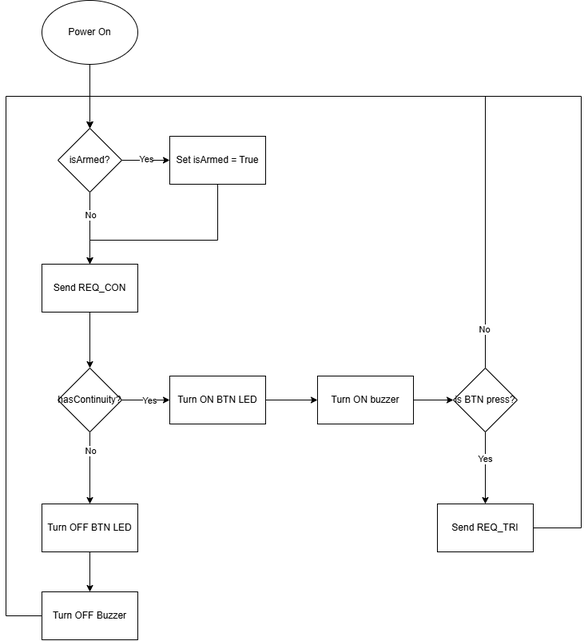
Earlier version of the draw.io export Code/DesignDocs/launchBox_launchBox_flow_diagram.png (Pioneer-Rocketry/launch-box). Source tidied: cells renumbered, new cells last; positions are measured from the earlier drawing's top-left corner, leaving out a move shared by most shapes.
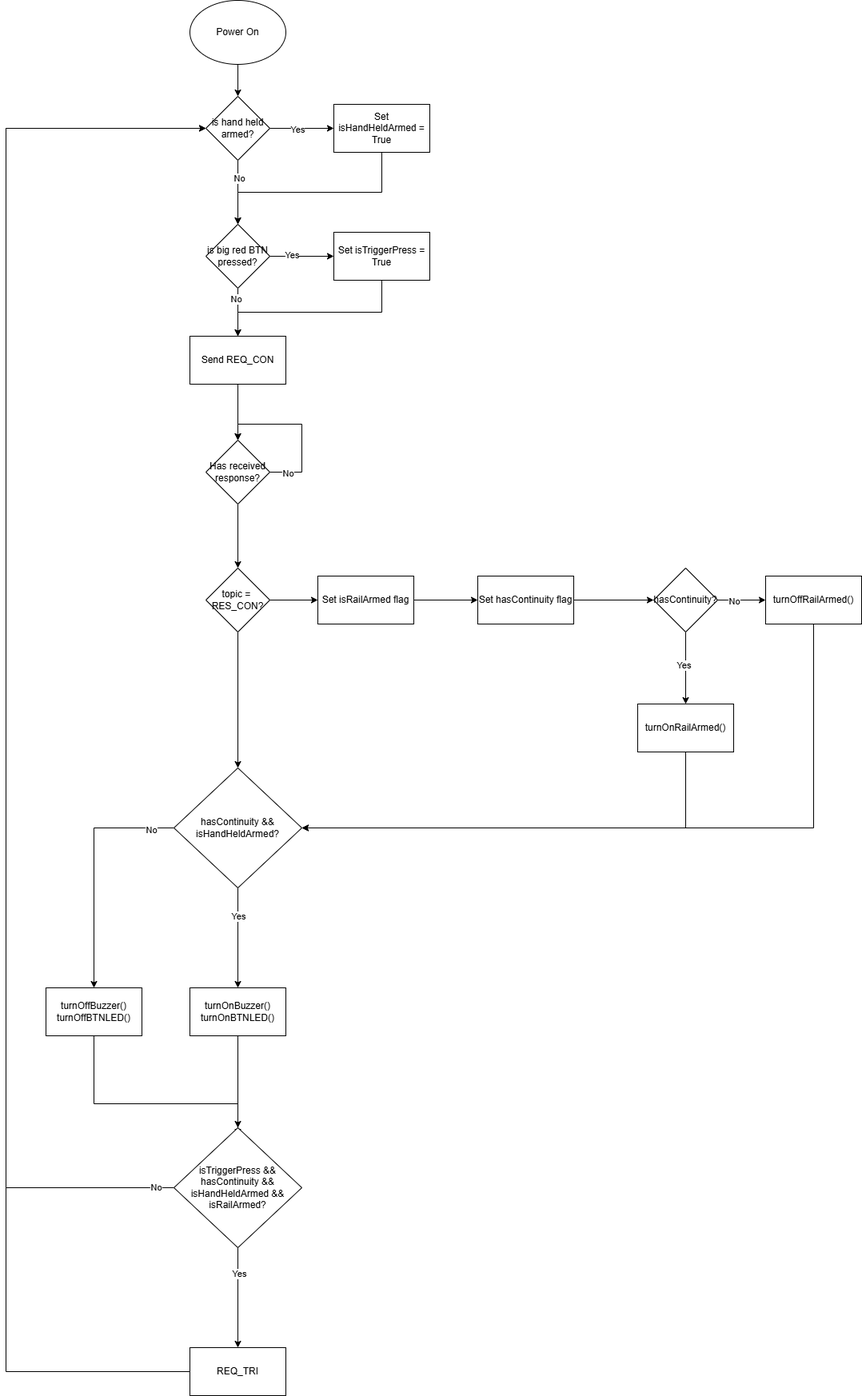
The same diagram one commit later.

Commit message:
Updated flow diagrams

Diff of the diagram source:
```diff
@@ -2,122 +2,215 @@
   <root>
     <mxCell id="0" />
     <mxCell id="1" parent="0" />
-    <mxCell id="2" style="edgeStyle=orthogonalEdgeStyle;rounded=0;jettySize=auto;html=1;entryX=0.5;entryY=0;entryDx=0;entryDy=0;" parent="1" edge="1" source="3">
-      <mxGeometry relative="1" as="geometry">
-        <mxPoint x="105" y="160" as="targetPoint" />
-      </mxGeometry>
-    </mxCell>
+    <mxCell id="33" style="edgeStyle=orthogonalEdgeStyle;rounded=0;jettySize=auto;html=1;entryX=0.5;entryY=0;entryDx=0;entryDy=0;" parent="1" edge="1" source="3" target="38">
+      <mxGeometry relative="1" as="geometry" />
+    </mxCell>
     <mxCell id="3" value="Power On" style="ellipse;whiteSpace=wrap;html=1;" parent="1" vertex="1">
-      <mxGeometry x="45" width="120" height="80" as="geometry" />
+      <mxGeometry x="920" width="120" height="80" as="geometry" />
     </mxCell>
-    <mxCell id="4" style="edgeStyle=orthogonalEdgeStyle;rounded=0;jettySize=auto;html=1;" parent="1" edge="1" source="8" target="10">
-      <mxGeometry relative="1" as="geometry" />
-    </mxCell>
-    <mxCell id="5" value="Yes" style="edgeLabel;html=1;align=center;verticalAlign=middle;" parent="4" vertex="1">
-      <mxGeometry y="2" relative="1" as="geometry" />
-    </mxCell>
-    <mxCell id="6" style="edgeStyle=orthogonalEdgeStyle;rounded=0;jettySize=auto;html=1;" parent="1" edge="1" source="8" target="12">
-      <mxGeometry relative="1" as="geometry" />
-    </mxCell>
-    <mxCell id="7" value="No" style="edgeLabel;html=1;align=center;verticalAlign=middle;" parent="6" vertex="1">
-      <mxGeometry x="-0.36" relative="1" as="geometry" />
-    </mxCell>
-    <mxCell id="8" value="isArmed?" style="rhombus;whiteSpace=wrap;html=1;" parent="1" vertex="1">
-      <mxGeometry x="65" y="160" width="80" height="80" as="geometry" />
-    </mxCell>
-    <mxCell id="9" style="edgeStyle=orthogonalEdgeStyle;rounded=0;jettySize=auto;html=1;" parent="1" edge="1" source="10" target="12">
-      <mxGeometry relative="1" as="geometry">
-        <Array as="points">
-          <mxPoint x="265" y="300" />
-          <mxPoint x="105" y="300" />
-        </Array>
-      </mxGeometry>
-    </mxCell>
-    <mxCell id="10" value="Set isArmed = True" style="whiteSpace=wrap;html=1;" parent="1" vertex="1">
-      <mxGeometry x="205" y="170" width="120" height="60" as="geometry" />
-    </mxCell>
-    <mxCell id="11" style="edgeStyle=orthogonalEdgeStyle;rounded=0;jettySize=auto;html=1;" parent="1" edge="1" source="12" target="17">
-      <mxGeometry relative="1" as="geometry" />
-    </mxCell>
+    <mxCell id="34" style="edgeStyle=orthogonalEdgeStyle;rounded=0;jettySize=auto;html=1;entryX=0;entryY=0.5;entryDx=0;entryDy=0;" parent="1" edge="1" source="38" target="40">
+      <mxGeometry relative="1" as="geometry" />
+    </mxCell>
+    <mxCell id="35" value="Yes" style="edgeLabel;html=1;align=center;verticalAlign=middle;" parent="34" vertex="1">
+      <mxGeometry x="-0.16" y="-1" relative="1" as="geometry" />
+    </mxCell>
+    <mxCell id="36" style="edgeStyle=orthogonalEdgeStyle;rounded=0;jettySize=auto;html=1;" parent="1" edge="1" source="38" target="45">
+      <mxGeometry relative="1" as="geometry" />
+    </mxCell>
+    <mxCell id="37" value="No" style="edgeLabel;html=1;align=center;verticalAlign=middle;" parent="36" vertex="1">
+      <mxGeometry x="-0.44" y="1" relative="1" as="geometry" />
+    </mxCell>
+    <mxCell id="38" value="is hand held armed?" style="rhombus;whiteSpace=wrap;html=1;" parent="1" vertex="1">
+      <mxGeometry x="940" y="120" width="80" height="80" as="geometry" />
+    </mxCell>
+    <mxCell id="39" style="edgeStyle=orthogonalEdgeStyle;rounded=0;jettySize=auto;html=1;entryX=0.5;entryY=0;entryDx=0;entryDy=0;" parent="1" edge="1" source="40" target="45">
+      <mxGeometry relative="1" as="geometry">
+        <Array as="points">
+          <mxPoint x="1160" y="240" />
+          <mxPoint x="980" y="240" />
+        </Array>
+      </mxGeometry>
+    </mxCell>
+    <mxCell id="40" value="Set isHandHeldArmed = True" style="whiteSpace=wrap;html=1;" parent="1" vertex="1">
+      <mxGeometry x="1100" y="130" width="120" height="60" as="geometry" />
+    </mxCell>
+    <mxCell id="41" style="edgeStyle=orthogonalEdgeStyle;rounded=0;jettySize=auto;html=1;entryX=0;entryY=0.5;entryDx=0;entryDy=0;" parent="1" edge="1" source="45" target="47">
+      <mxGeometry relative="1" as="geometry" />
+    </mxCell>
+    <mxCell id="42" value="Yes" style="edgeLabel;html=1;align=center;verticalAlign=middle;" parent="41" vertex="1">
+      <mxGeometry x="-0.33" y="2" relative="1" as="geometry" />
+    </mxCell>
+    <mxCell id="43" style="edgeStyle=orthogonalEdgeStyle;rounded=0;jettySize=auto;html=1;entryX=0.5;entryY=0;entryDx=0;entryDy=0;" parent="1" edge="1" source="45" target="12">
+      <mxGeometry relative="1" as="geometry" />
+    </mxCell>
+    <mxCell id="44" value="No" style="edgeLabel;html=1;align=center;verticalAlign=middle;" parent="43" vertex="1">
+      <mxGeometry x="-0.56" y="-3" relative="1" as="geometry" />
+    </mxCell>
+    <mxCell id="45" value="is big red BTN pressed?" style="rhombus;whiteSpace=wrap;html=1;" parent="1" vertex="1">
+      <mxGeometry x="940" y="280" width="80" height="80" as="geometry" />
+    </mxCell>
+    <mxCell id="46" style="edgeStyle=orthogonalEdgeStyle;rounded=0;jettySize=auto;html=1;entryX=0.5;entryY=0;entryDx=0;entryDy=0;" parent="1" edge="1" source="47" target="12">
+      <mxGeometry relative="1" as="geometry">
+        <Array as="points">
+          <mxPoint x="1160" y="390" />
+          <mxPoint x="980" y="390" />
+        </Array>
+      </mxGeometry>
+    </mxCell>
+    <mxCell id="47" value="Set isTriggerPress = True" style="whiteSpace=wrap;html=1;" parent="1" vertex="1">
+      <mxGeometry x="1100" y="290" width="120" height="60" as="geometry" />
+    </mxCell>
+    <mxCell id="48" style="edgeStyle=orthogonalEdgeStyle;rounded=0;jettySize=auto;html=1;entryX=0.5;entryY=0;entryDx=0;entryDy=0;" parent="1" edge="1" source="12" target="52">
+      <mxGeometry relative="1" as="geometry" />
+    </mxCell>
     <mxCell id="12" value="Send REQ_CON" style="whiteSpace=wrap;html=1;" parent="1" vertex="1">
-      <mxGeometry x="45" y="330" width="120" height="60" as="geometry" />
+      <mxGeometry x="920" y="420" width="120" height="60" as="geometry" />
     </mxCell>
-    <mxCell id="13" style="edgeStyle=orthogonalEdgeStyle;rounded=0;jettySize=auto;html=1;" parent="1" edge="1" source="17" target="19">
-      <mxGeometry relative="1" as="geometry" />
-    </mxCell>
-    <mxCell id="14" value="Yes" style="edgeLabel;html=1;align=center;verticalAlign=middle;" parent="13" vertex="1">
-      <mxGeometry x="0.13" relative="1" as="geometry" />
-    </mxCell>
-    <mxCell id="15" style="edgeStyle=orthogonalEdgeStyle;rounded=0;jettySize=auto;html=1;" parent="1" edge="1" source="17" target="22">
-      <mxGeometry relative="1" as="geometry" />
-    </mxCell>
-    <mxCell id="16" value="No" style="edgeLabel;html=1;align=center;verticalAlign=middle;" parent="15" vertex="1">
-      <mxGeometry x="-0.49" relative="1" as="geometry" />
-    </mxCell>
+    <mxCell id="49" style="edgeStyle=orthogonalEdgeStyle;rounded=0;orthogonalLoop=1;jettySize=auto;html=1;entryX=0.5;entryY=0;entryDx=0;entryDy=0;exitX=1;exitY=0.5;exitDx=0;exitDy=0;" parent="1" edge="1" source="52" target="52">
+      <mxGeometry relative="1" as="geometry">
+        <Array as="points">
+          <mxPoint x="1060" y="590" />
+          <mxPoint x="1060" y="530" />
+          <mxPoint x="980" y="530" />
+        </Array>
+      </mxGeometry>
+    </mxCell>
+    <mxCell id="50" value="No" style="edgeLabel;html=1;align=center;verticalAlign=middle;" parent="49" vertex="1">
+      <mxGeometry x="-0.78" y="-1" relative="1" as="geometry" />
+    </mxCell>
+    <mxCell id="51" style="edgeStyle=orthogonalEdgeStyle;rounded=0;jettySize=auto;html=1;" parent="1" edge="1" source="52" target="56">
+      <mxGeometry relative="1" as="geometry" />
+    </mxCell>
+    <mxCell id="52" value="Has received response?" style="rhombus;whiteSpace=wrap;html=1;" parent="1" vertex="1">
+      <mxGeometry x="940" y="550" width="80" height="80" as="geometry" />
+    </mxCell>
+    <mxCell id="53" style="edgeStyle=orthogonalEdgeStyle;rounded=0;orthogonalLoop=1;jettySize=auto;html=1;entryX=0.5;entryY=0;entryDx=0;entryDy=0;" parent="1" edge="1" source="52" target="52">
+      <mxGeometry relative="1" as="geometry">
+        <Array as="points">
+          <mxPoint x="1020" y="590" />
+          <mxPoint x="1020" y="550" />
+        </Array>
+      </mxGeometry>
+    </mxCell>
+    <mxCell id="54" style="edgeStyle=orthogonalEdgeStyle;rounded=0;jettySize=auto;html=1;" parent="1" edge="1" source="56" target="58">
+      <mxGeometry relative="1" as="geometry" />
+    </mxCell>
+    <mxCell id="55" style="edgeStyle=orthogonalEdgeStyle;rounded=0;jettySize=auto;html=1;" parent="1" edge="1" source="56" target="73">
+      <mxGeometry relative="1" as="geometry" />
+    </mxCell>
+    <mxCell id="56" value="topic =&amp;nbsp;&lt;div&gt;RES_CON?&lt;/div&gt;" style="rhombus;whiteSpace=wrap;html=1;" parent="1" vertex="1">
+      <mxGeometry x="940" y="710" width="80" height="80" as="geometry" />
+    </mxCell>
+    <mxCell id="57" style="edgeStyle=orthogonalEdgeStyle;rounded=0;jettySize=auto;html=1;" parent="1" edge="1" source="58" target="60">
+      <mxGeometry relative="1" as="geometry" />
+    </mxCell>
+    <mxCell id="58" value="Set isRailArmed flag" style="whiteSpace=wrap;html=1;" parent="1" vertex="1">
+      <mxGeometry x="1080" y="720" width="120" height="60" as="geometry" />
+    </mxCell>
+    <mxCell id="59" style="edgeStyle=orthogonalEdgeStyle;rounded=0;jettySize=auto;html=1;" parent="1" edge="1" source="60" target="17">
+      <mxGeometry relative="1" as="geometry" />
+    </mxCell>
+    <mxCell id="60" value="Set hasContinuity flag" style="whiteSpace=wrap;html=1;" parent="1" vertex="1">
+      <mxGeometry x="1280" y="720" width="120" height="60" as="geometry" />
+    </mxCell>
+    <mxCell id="61" style="edgeStyle=orthogonalEdgeStyle;rounded=0;jettySize=auto;html=1;" parent="1" edge="1" source="17" target="66">
+      <mxGeometry relative="1" as="geometry" />
+    </mxCell>
+    <mxCell id="62" value="Yes" style="edgeLabel;html=1;align=center;verticalAlign=middle;" parent="61" vertex="1">
+      <mxGeometry x="-0.1" y="-3" relative="1" as="geometry" />
+    </mxCell>
+    <mxCell id="63" style="edgeStyle=orthogonalEdgeStyle;rounded=0;jettySize=auto;html=1;" parent="1" edge="1" source="17" target="68">
+      <mxGeometry relative="1" as="geometry" />
+    </mxCell>
+    <mxCell id="64" value="No" style="edgeLabel;html=1;align=center;verticalAlign=middle;" parent="63" vertex="1">
+      <mxGeometry x="-0.35" y="-1" relative="1" as="geometry" />
+    </mxCell>
     <mxCell id="17" value="hasContinuity?" style="rhombus;whiteSpace=wrap;html=1;" parent="1" vertex="1">
-      <mxGeometry x="65" y="460" width="80" height="80" as="geometry" />
+      <mxGeometry x="1500" y="710" width="80" height="80" as="geometry" />
     </mxCell>
-    <mxCell id="18" style="edgeStyle=orthogonalEdgeStyle;rounded=0;jettySize=auto;html=1;" parent="1" edge="1" source="19" target="31">
-      <mxGeometry relative="1" as="geometry" />
-    </mxCell>
-    <mxCell id="19" value="Turn ON BTN LED" style="whiteSpace=wrap;html=1;" parent="1" vertex="1">
-      <mxGeometry x="205" y="470" width="120" height="60" as="geometry" />
-    </mxCell>
-    <mxCell id="20" style="edgeStyle=orthogonalEdgeStyle;rounded=0;jettySize=auto;html=1;entryX=0.5;entryY=0;entryDx=0;entryDy=0;exitX=0;exitY=0.5;exitDx=0;exitDy=0;" parent="1" edge="1" source="32" target="8">
-      <mxGeometry relative="1" as="geometry">
-        <Array as="points">
-          <mxPoint y="770" />
-          <mxPoint y="120" />
-          <mxPoint x="105" y="120" />
-        </Array>
-      </mxGeometry>
-    </mxCell>
-    <mxCell id="21" style="edgeStyle=orthogonalEdgeStyle;rounded=0;jettySize=auto;html=1;entryX=0.5;entryY=0;entryDx=0;entryDy=0;" parent="1" edge="1" source="22" target="32">
-      <mxGeometry relative="1" as="geometry" />
-    </mxCell>
-    <mxCell id="22" value="Turn OFF BTN LED" style="whiteSpace=wrap;html=1;" parent="1" vertex="1">
-      <mxGeometry x="45" y="630" width="120" height="60" as="geometry" />
-    </mxCell>
-    <mxCell id="23" style="edgeStyle=orthogonalEdgeStyle;rounded=0;jettySize=auto;html=1;entryX=0.5;entryY=0;entryDx=0;entryDy=0;" parent="1" edge="1" source="27" target="8">
-      <mxGeometry relative="1" as="geometry">
-        <Array as="points">
-          <mxPoint x="600" y="120" />
-          <mxPoint x="105" y="120" />
-        </Array>
-      </mxGeometry>
-    </mxCell>
-    <mxCell id="24" value="No" style="edgeLabel;html=1;align=center;verticalAlign=middle;" parent="23" vertex="1">
-      <mxGeometry x="-0.89" y="2" relative="1" as="geometry" />
-    </mxCell>
-    <mxCell id="25" style="edgeStyle=orthogonalEdgeStyle;rounded=0;jettySize=auto;html=1;" parent="1" edge="1" source="27" target="29">
-      <mxGeometry relative="1" as="geometry" />
-    </mxCell>
-    <mxCell id="26" value="Yes" style="edgeLabel;html=1;align=center;verticalAlign=middle;" parent="25" vertex="1">
-      <mxGeometry x="-0.27" y="-1" relative="1" as="geometry" />
-    </mxCell>
-    <mxCell id="27" value="is BTN press?" style="rhombus;whiteSpace=wrap;html=1;" parent="1" vertex="1">
-      <mxGeometry x="560" y="460" width="80" height="80" as="geometry" />
-    </mxCell>
-    <mxCell id="28" style="edgeStyle=orthogonalEdgeStyle;rounded=0;jettySize=auto;html=1;entryX=0.5;entryY=0;entryDx=0;entryDy=0;" parent="1" edge="1" source="29" target="8">
-      <mxGeometry relative="1" as="geometry">
-        <Array as="points">
-          <mxPoint x="720" y="660" />
-          <mxPoint x="720" y="120" />
-          <mxPoint x="105" y="120" />
-        </Array>
-      </mxGeometry>
-    </mxCell>
-    <mxCell id="29" value="Send REQ_TRI" style="whiteSpace=wrap;html=1;" parent="1" vertex="1">
-      <mxGeometry x="540" y="630" width="120" height="60" as="geometry" />
-    </mxCell>
-    <mxCell id="30" style="edgeStyle=orthogonalEdgeStyle;rounded=0;jettySize=auto;html=1;entryX=0;entryY=0.5;entryDx=0;entryDy=0;" parent="1" edge="1" source="31" target="27">
-      <mxGeometry relative="1" as="geometry" />
-    </mxCell>
-    <mxCell id="31" value="Turn ON buzzer" style="whiteSpace=wrap;html=1;" parent="1" vertex="1">
-      <mxGeometry x="390" y="470" width="120" height="60" as="geometry" />
-    </mxCell>
-    <mxCell id="32" value="Turn OFF Buzzer" style="whiteSpace=wrap;html=1;" parent="1" vertex="1">
-      <mxGeometry x="45" y="740" width="120" height="60" as="geometry" />
-    </mxCell>
+    <mxCell id="65" style="edgeStyle=orthogonalEdgeStyle;rounded=0;jettySize=auto;html=1;entryX=1;entryY=0.5;entryDx=0;entryDy=0;" parent="1" edge="1" source="66" target="73">
+      <mxGeometry relative="1" as="geometry">
+        <Array as="points">
+          <mxPoint x="1540" y="1035" />
+        </Array>
+      </mxGeometry>
+    </mxCell>
+    <mxCell id="66" value="turnOnRailArmed()" style="whiteSpace=wrap;html=1;" parent="1" vertex="1">
+      <mxGeometry x="1480" y="880" width="120" height="60" as="geometry" />
+    </mxCell>
+    <mxCell id="67" style="edgeStyle=orthogonalEdgeStyle;rounded=0;jettySize=auto;html=1;entryX=1;entryY=0.5;entryDx=0;entryDy=0;" parent="1" edge="1" source="68" target="73">
+      <mxGeometry relative="1" as="geometry">
+        <Array as="points">
+          <mxPoint x="1700" y="1035" />
+        </Array>
+      </mxGeometry>
+    </mxCell>
+    <mxCell id="68" value="turnOffRailArmed()" style="whiteSpace=wrap;html=1;" parent="1" vertex="1">
+      <mxGeometry x="1640" y="720" width="120" height="60" as="geometry" />
+    </mxCell>
+    <mxCell id="69" style="edgeStyle=orthogonalEdgeStyle;rounded=0;jettySize=auto;html=1;" parent="1" edge="1" source="73" target="75">
+      <mxGeometry relative="1" as="geometry" />
+    </mxCell>
+    <mxCell id="70" value="Yes" style="edgeLabel;html=1;align=center;verticalAlign=middle;" parent="69" vertex="1">
+      <mxGeometry x="-0.44" relative="1" as="geometry" />
+    </mxCell>
+    <mxCell id="71" style="edgeStyle=orthogonalEdgeStyle;rounded=0;jettySize=auto;html=1;entryX=0.5;entryY=0;entryDx=0;entryDy=0;" parent="1" edge="1" source="73" target="77">
+      <mxGeometry relative="1" as="geometry" />
+    </mxCell>
+    <mxCell id="72" value="No" style="edgeLabel;html=1;align=center;verticalAlign=middle;" parent="71" vertex="1">
+      <mxGeometry x="-0.81" y="2" relative="1" as="geometry" />
+    </mxCell>
+    <mxCell id="73" value="hasContinuity &amp;amp;&amp;amp; isHandHeldArmed?" style="rhombus;whiteSpace=wrap;html=1;" parent="1" vertex="1">
+      <mxGeometry x="900" y="960" width="160" height="150" as="geometry" />
+    </mxCell>
+    <mxCell id="74" style="edgeStyle=orthogonalEdgeStyle;rounded=0;jettySize=auto;html=1;entryX=0.5;entryY=0;entryDx=0;entryDy=0;" parent="1" edge="1" source="75" target="82">
+      <mxGeometry relative="1" as="geometry" />
+    </mxCell>
+    <mxCell id="75" value="turnOnBuzzer()&lt;div&gt;turnOnBTNLED()&lt;/div&gt;" style="whiteSpace=wrap;html=1;" parent="1" vertex="1">
+      <mxGeometry x="920" y="1235" width="120" height="60" as="geometry" />
+    </mxCell>
+    <mxCell id="76" style="edgeStyle=orthogonalEdgeStyle;rounded=0;jettySize=auto;html=1;" parent="1" edge="1" source="77">
+      <mxGeometry relative="1" as="geometry">
+        <mxPoint x="980" y="1420" as="targetPoint" />
+        <Array as="points">
+          <mxPoint x="800" y="1380" />
+          <mxPoint x="980" y="1380" />
+        </Array>
+      </mxGeometry>
+    </mxCell>
+    <mxCell id="77" value="turnOffBuzzer()&lt;div&gt;turnOffBTNLED()&lt;/div&gt;" style="whiteSpace=wrap;html=1;" parent="1" vertex="1">
+      <mxGeometry x="740" y="1235" width="120" height="60" as="geometry" />
+    </mxCell>
+    <mxCell id="78" style="edgeStyle=orthogonalEdgeStyle;rounded=0;jettySize=auto;html=1;entryX=0;entryY=0.5;entryDx=0;entryDy=0;" parent="1" edge="1" source="82" target="38">
+      <mxGeometry relative="1" as="geometry">
+        <Array as="points">
+          <mxPoint x="690" y="1485" />
+          <mxPoint x="690" y="160" />
+        </Array>
+      </mxGeometry>
+    </mxCell>
+    <mxCell id="79" value="No" style="edgeLabel;html=1;align=center;verticalAlign=middle;" parent="78" vertex="1">
+      <mxGeometry x="-0.97" y="-1" relative="1" as="geometry" />
+    </mxCell>
+    <mxCell id="80" style="edgeStyle=orthogonalEdgeStyle;rounded=0;jettySize=auto;html=1;" parent="1" edge="1" source="82" target="84">
+      <mxGeometry relative="1" as="geometry" />
+    </mxCell>
+    <mxCell id="81" value="Yes" style="edgeLabel;html=1;align=center;verticalAlign=middle;" parent="80" vertex="1">
+      <mxGeometry x="-0.48" y="1" relative="1" as="geometry" />
+    </mxCell>
+    <mxCell id="82" value="&lt;div&gt;isTriggerPress &amp;amp;&amp;amp;&lt;/div&gt;hasContinuity &amp;amp;&amp;amp; isHandHeldArmed &amp;amp;&amp;amp;&lt;div&gt;isRailArmed?&lt;/div&gt;" style="rhombus;whiteSpace=wrap;html=1;" parent="1" vertex="1">
+      <mxGeometry x="900" y="1410" width="160" height="150" as="geometry" />
+    </mxCell>
+    <mxCell id="83" style="edgeStyle=orthogonalEdgeStyle;rounded=0;jettySize=auto;html=1;entryX=0;entryY=0.5;entryDx=0;entryDy=0;" parent="1" edge="1" source="84" target="38">
+      <mxGeometry relative="1" as="geometry">
+        <Array as="points">
+          <mxPoint x="690" y="1715" />
+          <mxPoint x="690" y="160" />
+        </Array>
+      </mxGeometry>
+    </mxCell>
+    <mxCell id="84" value="REQ_TRI" style="whiteSpace=wrap;html=1;" parent="1" vertex="1">
+      <mxGeometry x="920" y="1685" width="120" height="60" as="geometry" />
+    </mxCell>
   </root>
 </mxGraphModel>
```
